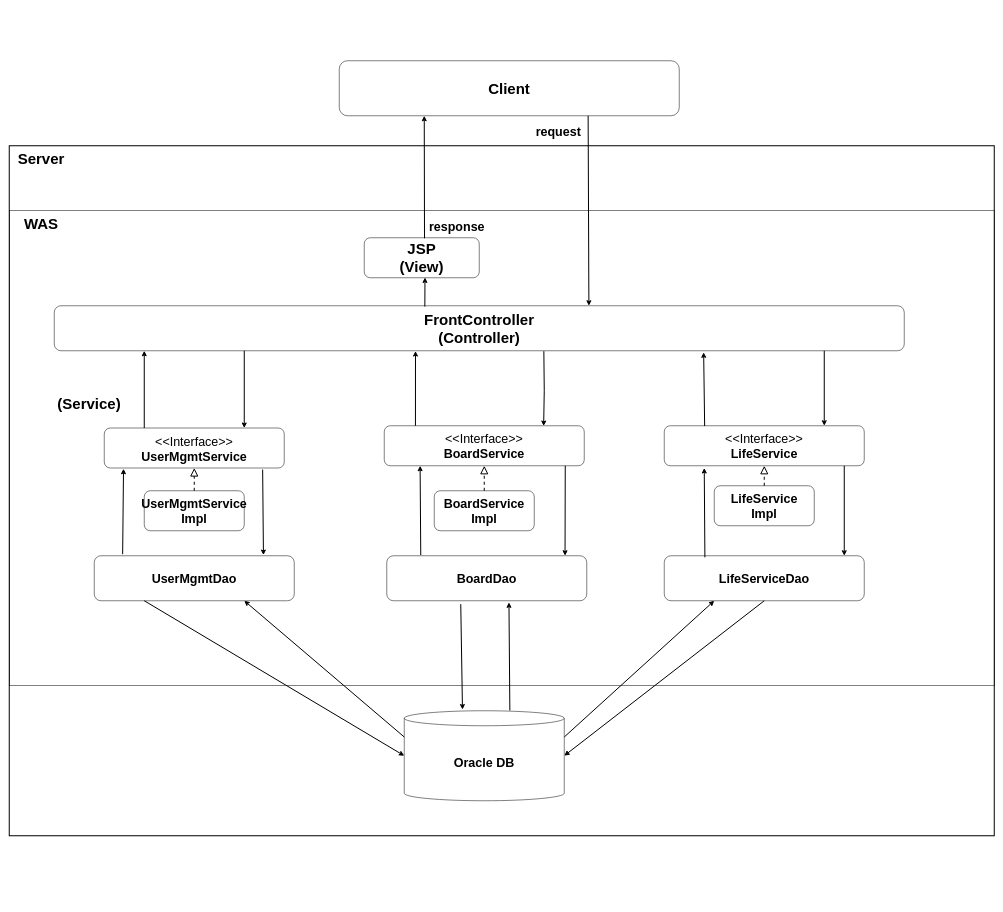
Before: project_1/6. 포트폴리오/Software Architecture/Software Architecture.drawio in p1p2p1/Project_DLT, a draw.io diagram. Source tidied: cells renumbered, new cells numbered last; positions are measured from the earlier drawing's top-left corner, leaving out a move shared by most shapes. Both pictures are drawn from the tidied source at 50%, with x=0, y=0 at pixel (9, 60).
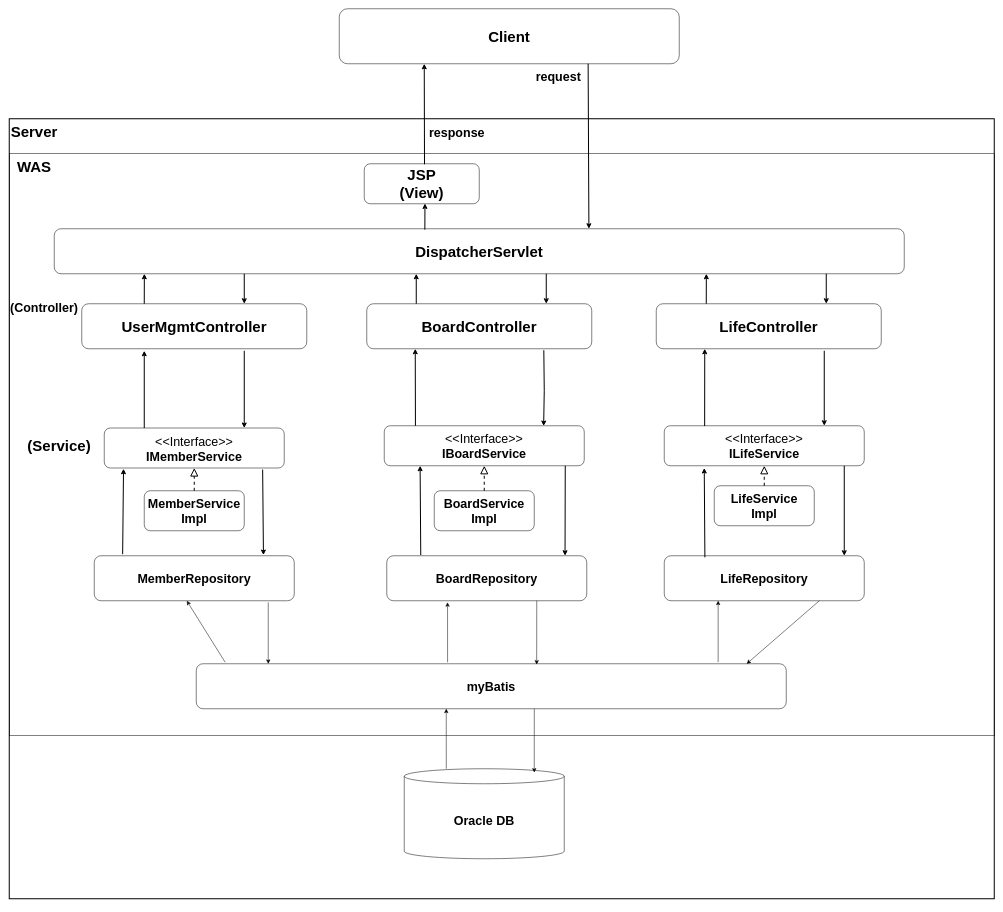
The same diagram, later.

Change to the diagram source:
```diff
@@
+    <mxCell id="3" style="rounded=0;whiteSpace=wrap;html=1;fillColor=none;align=left;strokeWidth=2;" parent="1" vertex="1">
+      <mxGeometry y="116" width="1970" height="1560" as="geometry" />
+    </mxCell>
     <mxCell id="2" style="rounded=0;whiteSpace=wrap;html=1;strokeColor=default;fontSize=25;fillColor=none;" parent="1" vertex="1">
-      <mxGeometry y="299" width="1970" height="951" as="geometry" />
+      <mxGeometry y="186" width="1970" height="1164" as="geometry" />
     </mxCell>
-    <mxCell id="3" style="rounded=0;whiteSpace=wrap;html=1;fillColor=none;align=left;strokeWidth=2;" parent="1" vertex="1">
-      <mxGeometry y="170" width="1970" height="1380" as="geometry" />
-    </mxCell>
     <mxCell id="4" value="&lt;b&gt;Client&lt;/b&gt;" style="rounded=1;whiteSpace=wrap;html=1;fontSize=30;" parent="1" vertex="1">
-      <mxGeometry x="660" width="680" height="110" as="geometry" />
+      <mxGeometry x="660" y="-104" width="680" height="110" as="geometry" />
     </mxCell>
     <mxCell id="5" value="Server" style="rounded=0;whiteSpace=wrap;html=1;fontSize=30;fillColor=none;strokeColor=none;fontStyle=1;" parent="1" vertex="1">
-      <mxGeometry x="14" y="170" width="100" height="50" as="geometry" />
+      <mxGeometry y="116" width="100" height="50" as="geometry" />
     </mxCell>
     <mxCell id="6" value="WAS" style="rounded=0;whiteSpace=wrap;html=1;fontSize=30;fillColor=none;strokeColor=none;fontStyle=1;" parent="1" vertex="1">
-      <mxGeometry x="14" y="300" width="100" height="50" as="geometry" />
+      <mxGeometry y="186" width="100" height="50" as="geometry" />
     </mxCell>
@@
-    <mxCell id="9" value="&lt;b&gt;FrontController&lt;br&gt;(Controller)&lt;/b&gt;" style="rounded=1;whiteSpace=wrap;html=1;strokeColor=default;fontSize=30;fillColor=none;" parent="1" vertex="1">
-      <mxGeometry x="90" y="490" width="1700" height="90" as="geometry" />
+    <mxCell id="9" value="&lt;b&gt;DispatcherServlet&lt;/b&gt;" style="rounded=1;whiteSpace=wrap;html=1;strokeColor=default;fontSize=30;fillColor=none;" parent="1" vertex="1">
+      <mxGeometry x="90" y="336" width="1700" height="90" as="geometry" />
     </mxCell>
     <mxCell id="10" value="&lt;b&gt;JSP&lt;br&gt;(View)&lt;/b&gt;" style="rounded=1;whiteSpace=wrap;html=1;strokeColor=default;fontSize=30;fillColor=none;" parent="1" vertex="1">
-      <mxGeometry x="710" y="354" width="230" height="80" as="geometry" />
+      <mxGeometry x="710" y="206" width="230" height="80" as="geometry" />
     </mxCell>
-    <mxCell id="11" style="endArrow=classic;html=1;rounded=0;fontSize=15;exitX=0.524;exitY=0.013;exitDx=0;exitDy=0;exitPerimeter=0;strokeWidth=2;" parent="1" edge="1" source="10">
-      <mxGeometry relative="1" as="geometry">
-        <mxPoint x="830" y="110" as="targetPoint" />
-      </mxGeometry>
+    <mxCell id="11" style="endArrow=classic;html=1;rounded=0;fontSize=15;exitX=0.524;exitY=0.013;exitDx=0;exitDy=0;exitPerimeter=0;strokeWidth=2;entryX=0.25;entryY=1;entryDx=0;entryDy=0;" parent="1" edge="1" source="10" target="4">
+      <mxGeometry relative="1" as="geometry" />
     </mxCell>
     <mxCell id="12" value="response" style="edgeLabel;html=1;align=center;verticalAlign=middle;fontSize=25;fontStyle=1;" parent="11" vertex="1">
       <mxGeometry x="-0.72" y="1" relative="1" as="geometry">
-        <mxPoint x="65" y="9" as="offset" />
+        <mxPoint x="65" y="-38" as="offset" />
       </mxGeometry>
     </mxCell>
@@
     <mxCell id="14" value="&lt;b&gt;Oracle DB&lt;/b&gt;" style="shape=cylinder3;whiteSpace=wrap;html=1;boundedLbl=1;backgroundOutline=1;size=15;strokeColor=default;fontSize=25;fillColor=none;" parent="1" vertex="1">
-      <mxGeometry x="790" y="1300" width="320" height="180" as="geometry" />
+      <mxGeometry x="790" y="1416" width="320" height="180" as="geometry" />
     </mxCell>
@@
     <mxCell id="16" value="(Service)" style="rounded=0;whiteSpace=wrap;html=1;fontSize=30;fillColor=none;strokeColor=none;fontStyle=1;" parent="1" vertex="1">
-      <mxGeometry x="90" y="660" width="140" height="50" as="geometry" />
+      <mxGeometry x="30" y="745" width="140" height="50" as="geometry" />
     </mxCell>
-    <mxCell id="17" value="&lt;span style=&quot;font-weight: normal;&quot;&gt;&amp;lt;&amp;lt;Interface&amp;gt;&amp;gt;&lt;/span&gt;&lt;br&gt;BoardService" style="rounded=1;whiteSpace=wrap;html=1;strokeColor=default;fontSize=25;fillColor=none;fontStyle=1;" parent="1" vertex="1">
+    <mxCell id="17" value="&lt;span style=&quot;font-weight: normal;&quot;&gt;&amp;lt;&amp;lt;Interface&amp;gt;&amp;gt;&lt;/span&gt;&lt;br&gt;IBoardService" style="rounded=1;whiteSpace=wrap;html=1;strokeColor=default;fontSize=25;fillColor=none;fontStyle=1;" parent="1" vertex="1">
       <mxGeometry x="750" y="730" width="400" height="80" as="geometry" />
     </mxCell>
-    <mxCell id="18" value="&lt;span style=&quot;font-weight: normal;&quot;&gt;&amp;lt;&amp;lt;Interface&amp;gt;&amp;gt;&lt;/span&gt;&lt;br&gt;LifeService" style="rounded=1;whiteSpace=wrap;html=1;strokeColor=default;fontSize=25;fillColor=none;fontStyle=1;" parent="1" vertex="1">
+    <mxCell id="18" value="&lt;span style=&quot;font-weight: normal;&quot;&gt;&amp;lt;&amp;lt;Interface&amp;gt;&amp;gt;&lt;/span&gt;&lt;br&gt;ILifeService" style="rounded=1;whiteSpace=wrap;html=1;strokeColor=default;fontSize=25;fillColor=none;fontStyle=1;" parent="1" vertex="1">
       <mxGeometry x="1310" y="730" width="400" height="80" as="geometry" />
     </mxCell>
-    <mxCell id="19" value="&lt;span style=&quot;font-weight: normal;&quot;&gt;&amp;lt;&amp;lt;Interface&amp;gt;&amp;gt;&lt;/span&gt;&lt;br&gt;UserMgmtService" style="rounded=1;whiteSpace=wrap;html=1;strokeColor=default;fontSize=25;fillColor=none;fontStyle=1;" parent="1" vertex="1">
+    <mxCell id="19" value="&lt;span style=&quot;font-weight: normal;&quot;&gt;&amp;lt;&amp;lt;Interface&amp;gt;&amp;gt;&lt;/span&gt;&lt;br&gt;IMemberService" style="rounded=1;whiteSpace=wrap;html=1;strokeColor=default;fontSize=25;fillColor=none;fontStyle=1;" parent="1" vertex="1">
       <mxGeometry x="190" y="734.5" width="360" height="80" as="geometry" />
     </mxCell>
@@
-    <mxCell id="21" value="UserMgmtService&lt;br&gt;Impl" style="rounded=1;whiteSpace=wrap;html=1;strokeColor=default;fontSize=25;fillColor=none;fontStyle=1;" parent="1" vertex="1">
+    <mxCell id="21" value="MemberService&lt;br&gt;Impl" style="rounded=1;whiteSpace=wrap;html=1;strokeColor=default;fontSize=25;fillColor=none;fontStyle=1;" parent="1" vertex="1">
       <mxGeometry x="270" y="860" width="200" height="80" as="geometry" />
     </mxCell>
@@
-    <mxCell id="24" value="BoardDao" style="rounded=1;whiteSpace=wrap;html=1;strokeColor=default;fontSize=25;fillColor=none;fontStyle=1;" parent="1" vertex="1">
+    <mxCell id="24" value="BoardRepository" style="rounded=1;whiteSpace=wrap;html=1;strokeColor=default;fontSize=25;fillColor=none;fontStyle=1;" parent="1" vertex="1">
       <mxGeometry x="755" y="990" width="400" height="90" as="geometry" />
     </mxCell>
-    <mxCell id="25" value="LifeServiceDao" style="rounded=1;whiteSpace=wrap;html=1;strokeColor=default;fontSize=25;fillColor=none;fontStyle=1;" parent="1" vertex="1">
+    <mxCell id="25" value="LifeRepository" style="rounded=1;whiteSpace=wrap;html=1;strokeColor=default;fontSize=25;fillColor=none;fontStyle=1;" parent="1" vertex="1">
       <mxGeometry x="1310" y="990" width="400" height="90" as="geometry" />
     </mxCell>
-    <mxCell id="26" value="UserMgmtDao" style="rounded=1;whiteSpace=wrap;html=1;strokeColor=default;fontSize=25;fillColor=none;fontStyle=1;" parent="1" vertex="1">
+    <mxCell id="26" value="MemberRepository" style="rounded=1;whiteSpace=wrap;html=1;strokeColor=default;fontSize=25;fillColor=none;fontStyle=1;" parent="1" vertex="1">
       <mxGeometry x="170" y="990" width="400" height="90" as="geometry" />
     </mxCell>
@@
-    <mxCell id="36" style="endArrow=classic;html=1;rounded=0;fontSize=25;entryX=0;entryY=0.5;entryDx=0;entryDy=0;entryPerimeter=0;exitX=0.25;exitY=1;exitDx=0;exitDy=0;strokeWidth=2;" parent="1" edge="1" source="26" target="14">
-      <mxGeometry relative="1" as="geometry" />
-    </mxCell>
-    <mxCell id="37" style="endArrow=classic;html=1;rounded=0;fontSize=25;entryX=0.75;entryY=1;entryDx=0;entryDy=0;exitX=0;exitY=0;exitDx=0;exitDy=52.5;exitPerimeter=0;strokeWidth=2;" parent="1" edge="1" source="14" target="26">
-      <mxGeometry relative="1" as="geometry" />
-    </mxCell>
-    <mxCell id="38" style="endArrow=classic;html=1;rounded=0;fontSize=25;exitX=0.37;exitY=1.076;exitDx=0;exitDy=0;exitPerimeter=0;entryX=0.364;entryY=-0.013;entryDx=0;entryDy=0;entryPerimeter=0;strokeWidth=2;" parent="1" edge="1" source="24" target="14">
-      <mxGeometry relative="1" as="geometry" />
-    </mxCell>
-    <mxCell id="39" style="endArrow=classic;html=1;rounded=0;fontSize=25;exitX=0.66;exitY=-0.003;exitDx=0;exitDy=0;exitPerimeter=0;entryX=0.611;entryY=1.035;entryDx=0;entryDy=0;entryPerimeter=0;strokeWidth=2;" parent="1" edge="1" source="14" target="24">
-      <mxGeometry relative="1" as="geometry" />
-    </mxCell>
-    <mxCell id="40" style="endArrow=classic;html=1;rounded=0;fontSize=25;entryX=0.25;entryY=1;entryDx=0;entryDy=0;exitX=1;exitY=0;exitDx=0;exitDy=52.5;exitPerimeter=0;strokeWidth=2;" parent="1" edge="1" source="14" target="25">
-      <mxGeometry relative="1" as="geometry" />
-    </mxCell>
-    <mxCell id="41" style="endArrow=classic;html=1;rounded=0;fontSize=25;entryX=1;entryY=0.5;entryDx=0;entryDy=0;entryPerimeter=0;exitX=0.5;exitY=1;exitDx=0;exitDy=0;strokeWidth=2;" parent="1" edge="1" source="25" target="14">
-      <mxGeometry relative="1" as="geometry" />
-    </mxCell>
-    <mxCell id="42" style="endArrow=classic;html=1;rounded=0;fontSize=25;entryX=0.425;entryY=1.006;entryDx=0;entryDy=0;entryPerimeter=0;exitX=0.156;exitY=0;exitDx=0;exitDy=0;exitPerimeter=0;strokeWidth=2;" parent="1" edge="1" source="17" target="9">
-      <mxGeometry relative="1" as="geometry" />
+    <mxCell id="42" style="endArrow=classic;html=1;rounded=0;fontSize=25;exitX=0.156;exitY=0;exitDx=0;exitDy=0;exitPerimeter=0;strokeWidth=2;" parent="1" edge="1" source="17">
+      <mxGeometry relative="1" as="geometry">
+        <mxPoint x="812" y="576" as="targetPoint" />
+      </mxGeometry>
     </mxCell>
@@
-    <mxCell id="44" style="endArrow=classic;html=1;rounded=0;fontSize=25;entryX=0.764;entryY=1.035;entryDx=0;entryDy=0;entryPerimeter=0;exitX=0.202;exitY=0.007;exitDx=0;exitDy=0;exitPerimeter=0;strokeWidth=2;" parent="1" edge="1" source="18" target="9">
-      <mxGeometry relative="1" as="geometry" />
+    <mxCell id="44" style="endArrow=classic;html=1;rounded=0;fontSize=25;exitX=0.202;exitY=0.007;exitDx=0;exitDy=0;exitPerimeter=0;strokeWidth=2;" parent="1" edge="1" source="18">
+      <mxGeometry relative="1" as="geometry">
+        <mxPoint x="1391" y="576" as="targetPoint" />
+      </mxGeometry>
     </mxCell>
-    <mxCell id="45" style="endArrow=classic;html=1;rounded=0;fontSize=25;exitX=0.576;exitY=1.01;exitDx=0;exitDy=0;exitPerimeter=0;entryX=0.797;entryY=0.007;entryDx=0;entryDy=0;entryPerimeter=0;strokeWidth=2;" parent="1" edge="1" source="9" target="17">
+    <mxCell id="45" style="endArrow=classic;html=1;rounded=0;fontSize=25;entryX=0.797;entryY=0.007;entryDx=0;entryDy=0;entryPerimeter=0;strokeWidth=2;exitX=0.787;exitY=1.033;exitDx=0;exitDy=0;exitPerimeter=0;" parent="1" edge="1" source="50" target="17">
       <mxGeometry relative="1" as="geometry">
         <Array as="points">
           <mxPoint x="1070" y="660" />
         </Array>
       </mxGeometry>
     </mxCell>
@@
+    <mxCell id="48" value="&lt;b&gt;UserMgmtController&lt;/b&gt;" style="rounded=1;whiteSpace=wrap;html=1;strokeColor=default;fontSize=30;fillColor=none;" parent="1" vertex="1">
+      <mxGeometry x="145" y="486" width="450" height="90" as="geometry" />
+    </mxCell>
+    <mxCell id="49" value="&lt;font style=&quot;font-size: 25px;&quot;&gt;(Controller)&lt;/font&gt;" style="rounded=0;whiteSpace=wrap;html=1;fontSize=30;fillColor=none;strokeColor=none;fontStyle=1;" parent="1" vertex="1">
+      <mxGeometry y="466" width="140" height="50" as="geometry" />
+    </mxCell>
+    <mxCell id="50" value="&lt;b&gt;BoardController&lt;/b&gt;" style="rounded=1;whiteSpace=wrap;html=1;strokeColor=default;fontSize=30;fillColor=none;" parent="1" vertex="1">
+      <mxGeometry x="715" y="486" width="450" height="90" as="geometry" />
+    </mxCell>
+    <mxCell id="51" value="&lt;b&gt;LifeController&lt;/b&gt;" style="rounded=1;whiteSpace=wrap;html=1;strokeColor=default;fontSize=30;fillColor=none;" parent="1" vertex="1">
+      <mxGeometry x="1294" y="486" width="450" height="90" as="geometry" />
+    </mxCell>
+    <mxCell id="52" style="endArrow=classic;html=1;rounded=0;fontSize=25;strokeWidth=2;" parent="1" edge="1">
+      <mxGeometry relative="1" as="geometry">
+        <mxPoint x="814" y="486" as="sourcePoint" />
+        <mxPoint x="814" y="426" as="targetPoint" />
+      </mxGeometry>
+    </mxCell>
+    <mxCell id="53" style="endArrow=classic;html=1;rounded=0;fontSize=25;strokeWidth=2;" parent="1" edge="1">
+      <mxGeometry relative="1" as="geometry">
+        <mxPoint x="1074" y="426" as="sourcePoint" />
+        <mxPoint x="1074" y="486" as="targetPoint" />
+      </mxGeometry>
+    </mxCell>
+    <mxCell id="54" style="endArrow=classic;html=1;rounded=0;fontSize=25;strokeWidth=2;" parent="1" edge="1">
+      <mxGeometry relative="1" as="geometry">
+        <mxPoint x="1394" y="486" as="sourcePoint" />
+        <mxPoint x="1394.2" y="426" as="targetPoint" />
+      </mxGeometry>
+    </mxCell>
+    <mxCell id="55" style="endArrow=classic;html=1;rounded=0;fontSize=25;strokeWidth=2;" parent="1" edge="1">
+      <mxGeometry relative="1" as="geometry">
+        <mxPoint x="1634" y="426" as="sourcePoint" />
+        <mxPoint x="1634" y="486" as="targetPoint" />
+      </mxGeometry>
+    </mxCell>
+    <mxCell id="56" style="endArrow=classic;html=1;rounded=0;fontSize=25;strokeWidth=2;" parent="1" edge="1">
+      <mxGeometry relative="1" as="geometry">
+        <mxPoint x="470" y="426" as="sourcePoint" />
+        <mxPoint x="470" y="486" as="targetPoint" />
+      </mxGeometry>
+    </mxCell>
+    <mxCell id="57" style="endArrow=classic;html=1;rounded=0;fontSize=25;strokeWidth=2;" parent="1" edge="1">
+      <mxGeometry relative="1" as="geometry">
+        <mxPoint x="270" y="486" as="sourcePoint" />
+        <mxPoint x="270.2" y="426" as="targetPoint" />
+      </mxGeometry>
+    </mxCell>
+    <mxCell id="58" value="myBatis" style="rounded=1;whiteSpace=wrap;html=1;strokeColor=default;fontSize=25;fillColor=none;fontStyle=1;" parent="1" vertex="1">
+      <mxGeometry x="374" y="1206" width="1180" height="90" as="geometry" />
+    </mxCell>
+    <mxCell id="59" style="endArrow=classic;html=1;rounded=0;fontSize=25;entryX=0.577;entryY=0.016;entryDx=0;entryDy=0;entryPerimeter=0;exitX=0.75;exitY=1;exitDx=0;exitDy=0;" parent="1" edge="1" source="24" target="58">
+      <mxGeometry relative="1" as="geometry" />
+    </mxCell>
+    <mxCell id="60" style="endArrow=classic;html=1;rounded=0;fontSize=25;entryX=0.304;entryY=1.035;entryDx=0;entryDy=0;entryPerimeter=0;exitX=0.426;exitY=-0.032;exitDx=0;exitDy=0;exitPerimeter=0;" parent="1" edge="1" source="58" target="24">
+      <mxGeometry relative="1" as="geometry" />
+    </mxCell>
+    <mxCell id="61" style="endArrow=classic;html=1;rounded=0;fontSize=25;entryX=0.8;entryY=1.035;entryDx=0;entryDy=0;entryPerimeter=0;" parent="1" edge="1">
+      <mxGeometry relative="1" as="geometry">
+        <mxPoint x="518" y="1083.1" as="sourcePoint" />
+        <mxPoint x="518" y="1206" as="targetPoint" />
+      </mxGeometry>
+    </mxCell>
+    <mxCell id="62" style="endArrow=classic;html=1;rounded=0;fontSize=25;entryX=0.463;entryY=1.003;entryDx=0;entryDy=0;entryPerimeter=0;exitX=0.049;exitY=-0.032;exitDx=0;exitDy=0;exitPerimeter=0;" parent="1" edge="1" source="58" target="26">
+      <mxGeometry relative="1" as="geometry" />
+    </mxCell>
+    <mxCell id="63" style="endArrow=classic;html=1;rounded=0;fontSize=25;entryX=0.933;entryY=0;entryDx=0;entryDy=0;entryPerimeter=0;" parent="1" edge="1" target="58">
+      <mxGeometry relative="1" as="geometry">
+        <mxPoint x="1620.2" y="1080" as="sourcePoint" />
+      </mxGeometry>
+    </mxCell>
+    <mxCell id="64" style="endArrow=classic;html=1;rounded=0;fontSize=25;entryX=0.8;entryY=1.035;entryDx=0;entryDy=0;entryPerimeter=0;" parent="1" edge="1">
+      <mxGeometry relative="1" as="geometry">
+        <mxPoint x="1417.8" y="1202.8" as="sourcePoint" />
+        <mxPoint x="1417.8" y="1080" as="targetPoint" />
+      </mxGeometry>
+    </mxCell>
+    <mxCell id="65" style="endArrow=classic;html=1;rounded=0;fontSize=25;entryX=0.304;entryY=1.035;entryDx=0;entryDy=0;entryPerimeter=0;exitX=0.426;exitY=-0.032;exitDx=0;exitDy=0;exitPerimeter=0;" parent="1" edge="1">
+      <mxGeometry relative="1" as="geometry">
+        <mxPoint x="874.1" y="1416" as="sourcePoint" />
+        <mxPoint x="874" y="1296" as="targetPoint" />
+      </mxGeometry>
+    </mxCell>
+    <mxCell id="66" style="endArrow=classic;html=1;rounded=0;fontSize=25;entryX=0.577;entryY=0.016;entryDx=0;entryDy=0;entryPerimeter=0;exitX=0.75;exitY=1;exitDx=0;exitDy=0;" parent="1" edge="1">
+      <mxGeometry relative="1" as="geometry">
+        <mxPoint x="1050.1" y="1296" as="sourcePoint" />
+        <mxPoint x="1050" y="1423.4" as="targetPoint" />
+      </mxGeometry>
+    </mxCell>
```
